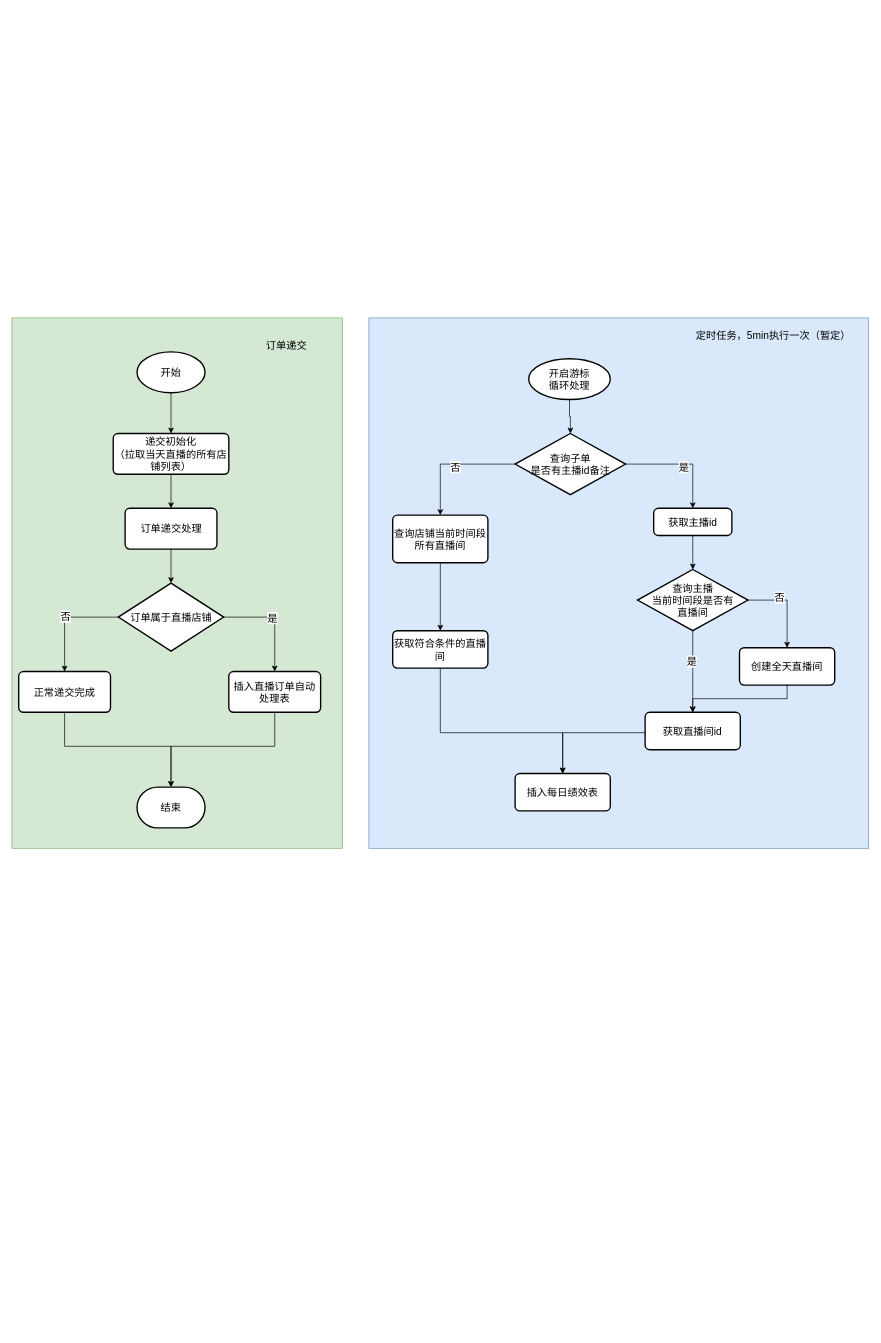
The draw.io diagram 直播绩效.drawio in letmesayok/MdPic, before the edit. Source tidied: cells renumbered, new cells numbered last; positions are measured from the earlier drawing's top-left corner, leaving out a move shared by most shapes. Both pictures are drawn from the tidied source at 68%, with x=0, y=0 at pixel (12, 318).
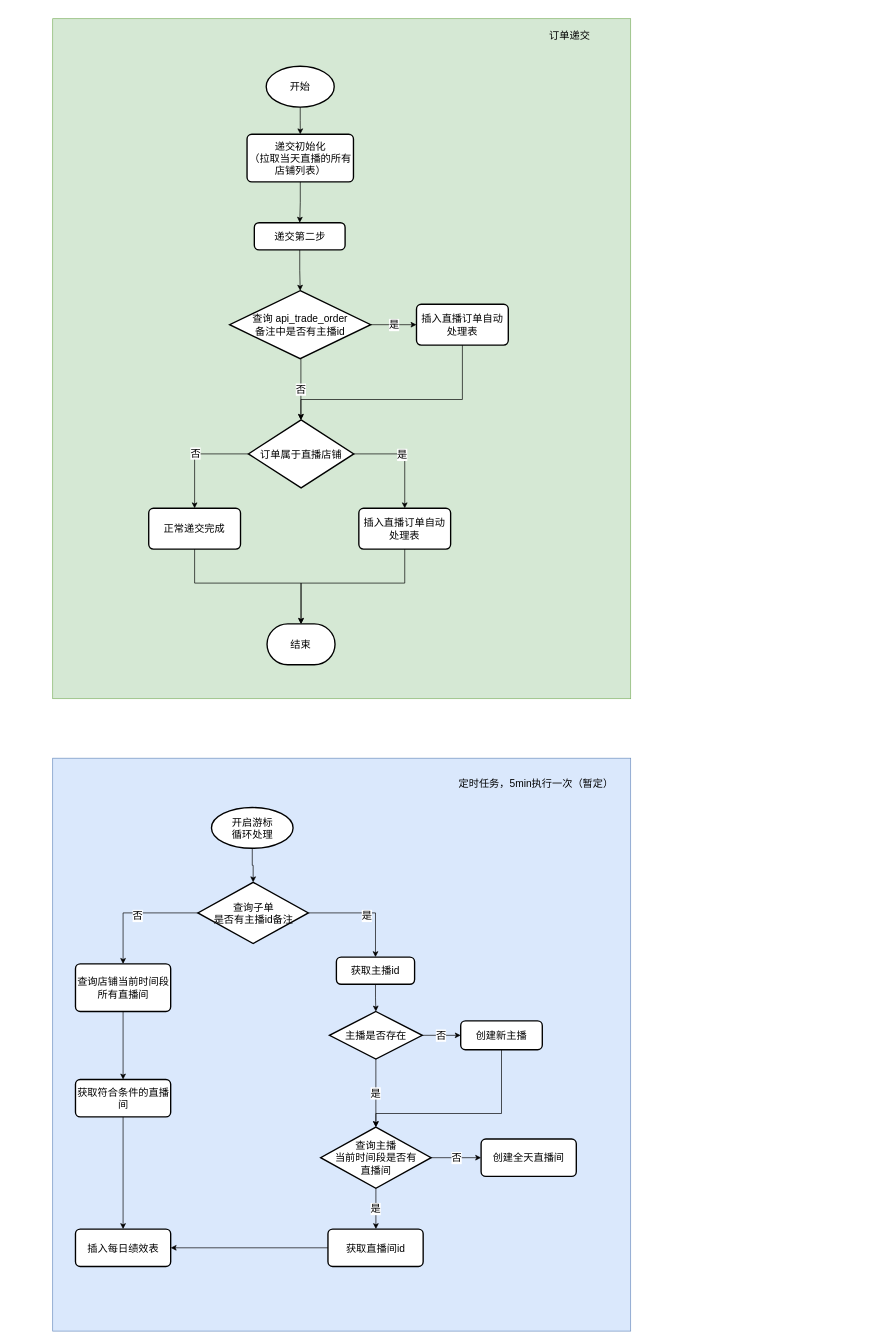
The same diagram, later.

Commit message (it also covers changes not shown here):
更新直播绩效.drawio

Change to the diagram source:
```diff
@@
-    <mxCell id="2" style="whiteSpace=wrap;html=1;fontFamily=Helvetica;fontSize=15;fillColor=#d5e8d4;strokeColor=#82b366;" parent="1" vertex="1">
-      <mxGeometry width="486" height="780" as="geometry" />
-    </mxCell>
-    <mxCell id="3" style="whiteSpace=wrap;html=1;fontFamily=Helvetica;fontSize=15;fillColor=#dae8fc;strokeColor=#6c8ebf;" parent="1" vertex="1">
-      <mxGeometry x="525" width="735" height="780" as="geometry" />
-    </mxCell>
+    <mxCell id="45" style="whiteSpace=wrap;html=1;fontFamily=Helvetica;fontSize=15;fillColor=#d5e8d4;strokeColor=#82b366;" parent="1" vertex="1">
+      <mxGeometry x="60" y="-440" width="850" height="1000" as="geometry" />
+    </mxCell>
+    <mxCell id="46" style="whiteSpace=wrap;html=1;fontFamily=Helvetica;fontSize=15;fillColor=#dae8fc;strokeColor=#6c8ebf;" parent="1" vertex="1">
+      <mxGeometry x="60" y="647.5" width="850" height="842.5" as="geometry" />
+    </mxCell>
@@
     <mxCell id="5" value="开始" style="strokeWidth=2;html=1;shape=mxgraph.flowchart.start_1;whiteSpace=wrap;fontFamily=Helvetica;fontSize=15;" parent="1" vertex="1">
-      <mxGeometry x="184" y="50" width="100" height="60" as="geometry" />
+      <mxGeometry x="374" y="-370" width="100" height="60" as="geometry" />
     </mxCell>
@@
     <mxCell id="7" value="递交初始化&lt;br style=&quot;font-size: 15px;&quot;&gt;（拉取当天直播的所有店铺列表）" style="rounded=1;whiteSpace=wrap;html=1;absoluteArcSize=1;arcSize=14;strokeWidth=2;fontFamily=Helvetica;fontSize=15;" parent="1" vertex="1">
-      <mxGeometry x="149" y="170" width="170" height="60" as="geometry" />
+      <mxGeometry x="345.8" y="-270" width="156.5" height="70" as="geometry" />
     </mxCell>
-    <mxCell id="8" style="edgeStyle=orthogonalEdgeStyle;rounded=0;jettySize=auto;html=1;fontFamily=Helvetica;fontSize=15;" parent="1" edge="1" source="9" target="14">
-      <mxGeometry relative="1" as="geometry" />
-    </mxCell>
+    <mxCell id="47" style="edgeStyle=orthogonalEdgeStyle;rounded=0;jettySize=auto;html=1;fontFamily=Helvetica;fontSize=15;" parent="1" edge="1" source="9" target="51">
+      <mxGeometry relative="1" as="geometry" />
+    </mxCell>
-    <mxCell id="9" value="订单递交处理" style="rounded=1;whiteSpace=wrap;html=1;absoluteArcSize=1;arcSize=14;strokeWidth=2;fontFamily=Helvetica;fontSize=15;" parent="1" vertex="1">
-      <mxGeometry x="166.5" y="280" width="135" height="60" as="geometry" />
+    <mxCell id="9" value="递交第二步" style="rounded=1;whiteSpace=wrap;html=1;absoluteArcSize=1;arcSize=14;strokeWidth=2;fontFamily=Helvetica;fontSize=15;" parent="1" vertex="1">
+      <mxGeometry x="356.5" y="-140" width="133.5" height="40" as="geometry" />
     </mxCell>
@@
     <mxCell id="14" value="订单属于直播店铺" style="strokeWidth=2;html=1;shape=mxgraph.flowchart.decision;whiteSpace=wrap;fontFamily=Helvetica;fontSize=15;" parent="1" vertex="1">
-      <mxGeometry x="156.5" y="390" width="155" height="100" as="geometry" />
+      <mxGeometry x="347.8" y="150" width="155" height="100" as="geometry" />
     </mxCell>
     <mxCell id="15" style="edgeStyle=orthogonalEdgeStyle;rounded=0;jettySize=auto;html=1;fontFamily=Helvetica;fontSize=15;" parent="1" edge="1" source="16" target="17">
       <mxGeometry relative="1" as="geometry">
         <Array as="points">
-          <mxPoint x="78" y="630" />
-          <mxPoint x="234" y="630" />
+          <mxPoint x="269.2" y="390" />
+          <mxPoint x="425.2" y="390" />
         </Array>
       </mxGeometry>
     </mxCell>
     <mxCell id="16" value="正常递交完成" style="rounded=1;whiteSpace=wrap;html=1;absoluteArcSize=1;arcSize=14;strokeWidth=2;fontFamily=Helvetica;fontSize=15;" parent="1" vertex="1">
-      <mxGeometry x="10" y="520" width="135" height="60" as="geometry" />
+      <mxGeometry x="201.2" y="280" width="135" height="60" as="geometry" />
     </mxCell>
     <mxCell id="17" value="结束" style="strokeWidth=2;html=1;shape=mxgraph.flowchart.terminator;whiteSpace=wrap;fontFamily=Helvetica;fontSize=15;" parent="1" vertex="1">
-      <mxGeometry x="184" y="690" width="100" height="60" as="geometry" />
+      <mxGeometry x="375.2" y="450" width="100" height="60" as="geometry" />
     </mxCell>
     <mxCell id="18" style="edgeStyle=orthogonalEdgeStyle;rounded=0;jettySize=auto;html=1;entryX=0.5;entryY=0;entryDx=0;entryDy=0;entryPerimeter=0;fontFamily=Helvetica;fontSize=15;" parent="1" edge="1" source="19" target="17">
       <mxGeometry relative="1" as="geometry">
         <Array as="points">
-          <mxPoint x="387" y="630" />
-          <mxPoint x="234" y="630" />
+          <mxPoint x="578.2" y="390" />
+          <mxPoint x="425.2" y="390" />
         </Array>
       </mxGeometry>
     </mxCell>
     <mxCell id="19" value="插入直播订单自动处理表" style="rounded=1;whiteSpace=wrap;html=1;absoluteArcSize=1;arcSize=14;strokeWidth=2;fontFamily=Helvetica;fontSize=15;" parent="1" vertex="1">
-      <mxGeometry x="319" y="520" width="135" height="60" as="geometry" />
+      <mxGeometry x="510.2" y="280" width="135" height="60" as="geometry" />
     </mxCell>
-    <mxCell id="20" value="订单递交" style="text;html=1;strokeColor=none;fillColor=none;align=center;verticalAlign=middle;whiteSpace=wrap;rounded=0;fontFamily=Helvetica;fontSize=15;" parent="1" vertex="1">
-      <mxGeometry x="356.5" y="20" width="93.5" height="40" as="geometry" />
+    <mxCell id="20" value="订单递交" style="text;html=1;align=center;verticalAlign=middle;whiteSpace=wrap;rounded=0;fontFamily=Helvetica;fontSize=15;" parent="1" vertex="1">
+      <mxGeometry x="750" y="-450" width="140.5" height="70" as="geometry" />
     </mxCell>
     <mxCell id="21" value="定时任务，5min执行一次（暂定）" style="text;html=1;strokeColor=none;fillColor=none;align=center;verticalAlign=middle;whiteSpace=wrap;rounded=0;fontFamily=Helvetica;fontSize=15;" parent="1" vertex="1">
-      <mxGeometry x="1000" y="10" width="240" height="30" as="geometry" />
+      <mxGeometry x="650.5" y="670" width="240" height="30" as="geometry" />
     </mxCell>
@@
     <mxCell id="24" style="edgeStyle=orthogonalEdgeStyle;rounded=0;jettySize=auto;html=1;fontFamily=Helvetica;fontSize=15;" parent="1" edge="1" source="26" target="37">
       <mxGeometry relative="1" as="geometry">
         <Array as="points">
-          <mxPoint x="630" y="215" />
+          <mxPoint x="163.5" y="875" />
         </Array>
       </mxGeometry>
     </mxCell>
@@
     <mxCell id="26" value="查询子单&lt;br&gt;是否有主播id备注" style="strokeWidth=2;html=1;shape=mxgraph.flowchart.decision;whiteSpace=wrap;fontFamily=Helvetica;fontSize=15;" parent="1" vertex="1">
-      <mxGeometry x="740" y="170" width="162.5" height="90" as="geometry" />
+      <mxGeometry x="273.5" y="830" width="162.5" height="90" as="geometry" />
     </mxCell>
-    <mxCell id="27" style="edgeStyle=orthogonalEdgeStyle;rounded=0;jettySize=auto;html=1;fontFamily=Helvetica;fontSize=15;" parent="1" edge="1" source="28" target="35">
-      <mxGeometry relative="1" as="geometry" />
-    </mxCell>
+    <mxCell id="48" style="edgeStyle=orthogonalEdgeStyle;rounded=0;jettySize=auto;html=1;fontFamily=Helvetica;fontSize=15;" parent="1" edge="1" source="28" target="56">
+      <mxGeometry relative="1" as="geometry" />
+    </mxCell>
     <mxCell id="28" value="获取主播id" style="rounded=1;whiteSpace=wrap;html=1;absoluteArcSize=1;arcSize=14;strokeWidth=2;fontFamily=Helvetica;fontSize=15;" parent="1" vertex="1">
-      <mxGeometry x="943.8" y="280" width="115" height="40" as="geometry" />
+      <mxGeometry x="477.2" y="940" width="115" height="40" as="geometry" />
     </mxCell>
@@
     <mxCell id="30" value="开启游标&lt;br&gt;循环处理" style="strokeWidth=2;html=1;shape=mxgraph.flowchart.start_1;whiteSpace=wrap;fontFamily=Helvetica;fontSize=15;" parent="1" vertex="1">
-      <mxGeometry x="760" y="60" width="120" height="60" as="geometry" />
+      <mxGeometry x="293.5" y="720" width="120" height="60" as="geometry" />
     </mxCell>
-    <mxCell id="31" style="edgeStyle=orthogonalEdgeStyle;rounded=0;jettySize=auto;html=1;entryX=0.5;entryY=0;entryDx=0;entryDy=0;fontFamily=Helvetica;fontSize=15;exitX=0.944;exitY=0.472;exitDx=0;exitDy=0;exitPerimeter=0;" parent="1" edge="1" source="35" target="42">
-      <mxGeometry relative="1" as="geometry">
-        <Array as="points">
-          <mxPoint x="1073" y="415" />
-          <mxPoint x="1140" y="415" />
-        </Array>
-      </mxGeometry>
+    <mxCell id="31" value="否" style="edgeStyle=orthogonalEdgeStyle;rounded=0;jettySize=auto;html=1;fontFamily=Helvetica;fontSize=15;" parent="1" edge="1" source="35" target="42">
+      <mxGeometry relative="1" as="geometry" />
     </mxCell>
-    <mxCell id="32" value="否" style="edgeLabel;html=1;align=center;verticalAlign=middle;fontSize=15;fontFamily=Helvetica;" parent="31" vertex="1">
-      <mxGeometry x="-0.17" y="5" relative="1" as="geometry" />
-    </mxCell>
-    <mxCell id="33" style="edgeStyle=orthogonalEdgeStyle;rounded=0;jettySize=auto;html=1;entryX=0.5;entryY=0;entryDx=0;entryDy=0;fontFamily=Helvetica;fontSize=15;" parent="1" edge="1" source="35" target="44">
-      <mxGeometry relative="1" as="geometry" />
+    <mxCell id="33" value="是" style="edgeStyle=orthogonalEdgeStyle;rounded=0;jettySize=auto;html=1;fontFamily=Helvetica;fontSize=15;" parent="1" edge="1" source="35" target="44">
+      <mxGeometry relative="1" as="geometry">
+        <Array as="points">
+          <mxPoint x="535" y="1300" />
+          <mxPoint x="535" y="1300" />
+        </Array>
+      </mxGeometry>
     </mxCell>
-    <mxCell id="34" value="是" style="edgeLabel;html=1;align=center;verticalAlign=middle;fontSize=15;fontFamily=Helvetica;" parent="33" vertex="1">
-      <mxGeometry x="-0.27" y="-2" relative="1" as="geometry" />
-    </mxCell>
     <mxCell id="35" value="查询主播&lt;br&gt;当前时间段是否有&lt;br&gt;直播间" style="strokeWidth=2;html=1;shape=mxgraph.flowchart.decision;whiteSpace=wrap;fontFamily=Helvetica;fontSize=15;" parent="1" vertex="1">
-      <mxGeometry x="920" y="370" width="162.5" height="90" as="geometry" />
+      <mxGeometry x="454" y="1190" width="162.5" height="90" as="geometry" />
     </mxCell>
@@
     <mxCell id="37" value="查询店铺当前时间段所有直播间" style="rounded=1;whiteSpace=wrap;html=1;absoluteArcSize=1;arcSize=14;strokeWidth=2;fontFamily=Helvetica;fontSize=15;" parent="1" vertex="1">
-      <mxGeometry x="560" y="290" width="140" height="70" as="geometry" />
+      <mxGeometry x="93.5" y="950" width="140" height="70" as="geometry" />
     </mxCell>
-    <mxCell id="38" style="edgeStyle=orthogonalEdgeStyle;rounded=0;jettySize=auto;html=1;entryX=0.5;entryY=0;entryDx=0;entryDy=0;fontFamily=Helvetica;fontSize=15;" parent="1" edge="1" source="39" target="40">
-      <mxGeometry relative="1" as="geometry">
-        <Array as="points">
-          <mxPoint x="630" y="610" />
-          <mxPoint x="810" y="610" />
-        </Array>
-      </mxGeometry>
+    <mxCell id="38" style="edgeStyle=orthogonalEdgeStyle;rounded=0;jettySize=auto;html=1;fontFamily=Helvetica;fontSize=15;" parent="1" edge="1" source="39" target="40">
+      <mxGeometry relative="1" as="geometry" />
     </mxCell>
     <mxCell id="39" value="获取符合条件的直播间" style="rounded=1;whiteSpace=wrap;html=1;absoluteArcSize=1;arcSize=14;strokeWidth=2;fontFamily=Helvetica;fontSize=15;" parent="1" vertex="1">
-      <mxGeometry x="560" y="460" width="140" height="55" as="geometry" />
+      <mxGeometry x="93.5" y="1120" width="140" height="55" as="geometry" />
     </mxCell>
     <mxCell id="40" value="插入每日绩效表" style="rounded=1;whiteSpace=wrap;html=1;absoluteArcSize=1;arcSize=14;strokeWidth=2;fontFamily=Helvetica;fontSize=15;" parent="1" vertex="1">
-      <mxGeometry x="740" y="670" width="140" height="55" as="geometry" />
+      <mxGeometry x="93.5" y="1340" width="140" height="55" as="geometry" />
     </mxCell>
-    <mxCell id="41" style="edgeStyle=orthogonalEdgeStyle;rounded=0;jettySize=auto;html=1;fontFamily=Helvetica;fontSize=15;" parent="1" edge="1" source="42" target="44">
-      <mxGeometry relative="1" as="geometry" />
-    </mxCell>
     <mxCell id="42" value="创建全天直播间" style="rounded=1;whiteSpace=wrap;html=1;absoluteArcSize=1;arcSize=14;strokeWidth=2;fontFamily=Helvetica;fontSize=15;" parent="1" vertex="1">
-      <mxGeometry x="1070" y="485" width="140" height="55" as="geometry" />
+      <mxGeometry x="690" y="1207.5" width="140" height="55" as="geometry" />
     </mxCell>
-    <mxCell id="43" style="edgeStyle=orthogonalEdgeStyle;rounded=0;jettySize=auto;html=1;entryX=0.5;entryY=0;entryDx=0;entryDy=0;fontFamily=Helvetica;fontSize=15;" parent="1" edge="1" source="44" target="40">
-      <mxGeometry relative="1" as="geometry">
-        <Array as="points">
-          <mxPoint x="810" y="610" />
-        </Array>
-      </mxGeometry>
+    <mxCell id="43" style="edgeStyle=orthogonalEdgeStyle;rounded=0;jettySize=auto;html=1;entryX=1;entryY=0.5;entryDx=0;entryDy=0;fontFamily=Helvetica;fontSize=15;" parent="1" edge="1" source="44" target="40">
+      <mxGeometry relative="1" as="geometry" />
     </mxCell>
     <mxCell id="44" value="获取直播间id" style="rounded=1;whiteSpace=wrap;html=1;absoluteArcSize=1;arcSize=14;strokeWidth=2;fontFamily=Helvetica;fontSize=15;" parent="1" vertex="1">
-      <mxGeometry x="931.2" y="580" width="140" height="55" as="geometry" />
+      <mxGeometry x="464.8" y="1340" width="140" height="55" as="geometry" />
     </mxCell>
+    <mxCell id="49" value="是" style="edgeStyle=orthogonalEdgeStyle;rounded=0;jettySize=auto;html=1;fontFamily=Helvetica;fontSize=15;" parent="1" edge="1" source="51" target="53">
+      <mxGeometry relative="1" as="geometry">
+        <Array as="points">
+          <mxPoint x="560" y="10" />
+          <mxPoint x="560" y="10" />
+        </Array>
+      </mxGeometry>
+    </mxCell>
+    <mxCell id="50" value="否" style="edgeStyle=orthogonalEdgeStyle;rounded=0;jettySize=auto;html=1;fontFamily=Helvetica;fontSize=15;" parent="1" edge="1" source="51" target="14">
+      <mxGeometry relative="1" as="geometry">
+        <Array as="points">
+          <mxPoint x="425" y="100" />
+          <mxPoint x="425" y="100" />
+        </Array>
+      </mxGeometry>
+    </mxCell>
+    <mxCell id="51" value="查询 api_trade_order&lt;br&gt;备注中是否有主播id" style="strokeWidth=2;html=1;shape=mxgraph.flowchart.decision;whiteSpace=wrap;fontFamily=Helvetica;fontSize=15;" parent="1" vertex="1">
+      <mxGeometry x="320.2" y="-40" width="207.5" height="100" as="geometry" />
+    </mxCell>
+    <mxCell id="52" style="edgeStyle=orthogonalEdgeStyle;rounded=0;jettySize=auto;html=1;fontFamily=Helvetica;fontSize=15;" parent="1" edge="1" source="53" target="14">
+      <mxGeometry relative="1" as="geometry">
+        <Array as="points">
+          <mxPoint x="663" y="120" />
+          <mxPoint x="425" y="120" />
+        </Array>
+      </mxGeometry>
+    </mxCell>
+    <mxCell id="53" value="插入直播订单自动处理表" style="rounded=1;whiteSpace=wrap;html=1;absoluteArcSize=1;arcSize=14;strokeWidth=2;fontFamily=Helvetica;fontSize=15;" parent="1" vertex="1">
+      <mxGeometry x="595" y="-20" width="135" height="60" as="geometry" />
+    </mxCell>
+    <mxCell id="54" value="否" style="edgeStyle=orthogonalEdgeStyle;rounded=0;jettySize=auto;html=1;fontFamily=Helvetica;fontSize=15;" parent="1" edge="1" source="56" target="58">
+      <mxGeometry relative="1" as="geometry" />
+    </mxCell>
+    <mxCell id="55" value="是" style="edgeStyle=orthogonalEdgeStyle;rounded=0;jettySize=auto;html=1;fontFamily=Helvetica;fontSize=15;" parent="1" edge="1" source="56" target="35">
+      <mxGeometry relative="1" as="geometry" />
+    </mxCell>
+    <mxCell id="56" value="主播是否存在" style="strokeWidth=2;html=1;shape=mxgraph.flowchart.decision;whiteSpace=wrap;fontFamily=Helvetica;fontSize=15;" parent="1" vertex="1">
+      <mxGeometry x="467" y="1020" width="136.5" height="70" as="geometry" />
+    </mxCell>
+    <mxCell id="57" style="edgeStyle=orthogonalEdgeStyle;rounded=0;jettySize=auto;html=1;entryX=0.5;entryY=0;entryDx=0;entryDy=0;entryPerimeter=0;fontFamily=Helvetica;fontSize=15;" parent="1" edge="1" source="58" target="35">
+      <mxGeometry relative="1" as="geometry">
+        <Array as="points">
+          <mxPoint x="720" y="1170" />
+          <mxPoint x="535" y="1170" />
+        </Array>
+      </mxGeometry>
+    </mxCell>
+    <mxCell id="58" value="创建新主播" style="rounded=1;whiteSpace=wrap;html=1;absoluteArcSize=1;arcSize=14;strokeWidth=2;fontFamily=Helvetica;fontSize=15;" parent="1" vertex="1">
+      <mxGeometry x="660" y="1033.8" width="120" height="42.5" as="geometry" />
+    </mxCell>
```
